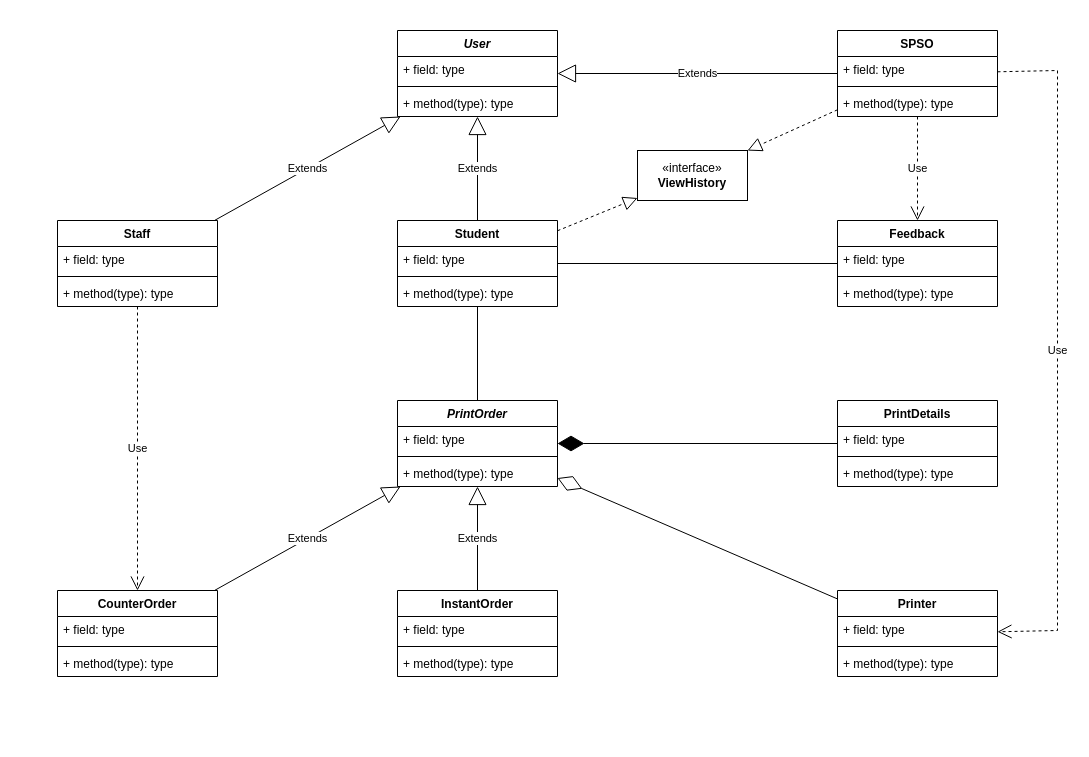
Earlier version of the draw.io diagram printing-module-class-diagram.drawio (blueonline07/auth-demo). Source tidied: cells renumbered, new cells numbered last; positions are measured from the earlier drawing's top-left corner, leaving out a move shared by most shapes. Both pictures are drawn from the tidied source at 100%, with x=0, y=0 at pixel (57, 30).
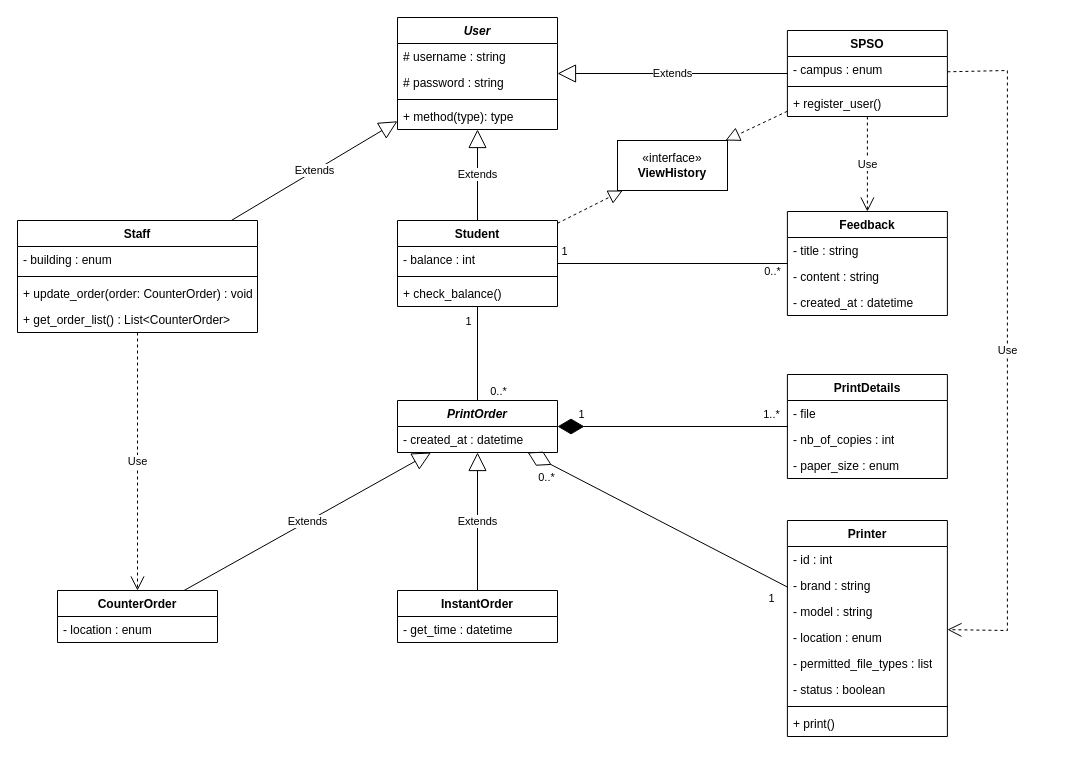
The same page after the edit.

Unchanged cells that the change refers to:
```xml
<mxCell id="10" value="Student" style="swimlane;fontStyle=1;align=center;verticalAlign=top;horizontal=1;startSize=26;whiteSpace=wrap;html=1;" parent="1" vertex="1">
  <mxGeometry x="340" y="190" width="160" height="86" as="geometry" />
</mxCell>
<mxCell id="39" style="endArrow=diamondThin;endFill=0;endSize=24;html=1;rounded=0;" parent="1" edge="1" source="26" target="14">
  <mxGeometry relative="1" as="geometry" />
</mxCell>
<mxCell id="40" style="endArrow=diamondThin;endFill=1;endSize=24;html=1;rounded=0;" parent="1" edge="1" source="30" target="14">
  <mxGeometry relative="1" as="geometry" />
</mxCell>
<mxCell id="41" style="endArrow=none;html=1;edgeStyle=orthogonalEdgeStyle;rounded=0;" parent="1" edge="1" source="10" target="14">
  <mxGeometry relative="1" as="geometry" />
</mxCell>
<mxCell id="51" style="endArrow=none;html=1;rounded=0;" parent="1" edge="1" source="10" target="47">
  <mxGeometry relative="1" as="geometry" />
</mxCell>
```

Diff of the diagram source:
```diff
@@
     <mxCell id="2" value="&lt;i&gt;User&lt;/i&gt;" style="swimlane;fontStyle=1;align=center;verticalAlign=top;horizontal=1;startSize=26;whiteSpace=wrap;html=1;" parent="1" vertex="1">
-      <mxGeometry x="340" width="160" height="86" as="geometry" />
+      <mxGeometry x="340" y="-13" width="160" height="112" as="geometry" />
     </mxCell>
-    <mxCell id="3" value="+ field: type" style="text;strokeColor=none;fillColor=none;align=left;verticalAlign=top;spacingLeft=4;spacingRight=4;overflow=hidden;whiteSpace=wrap;html=1;" parent="2" vertex="1">
+    <mxCell id="3" value="# username : string" style="text;strokeColor=none;fillColor=none;align=left;verticalAlign=top;spacingLeft=4;spacingRight=4;overflow=hidden;whiteSpace=wrap;html=1;" parent="2" vertex="1">
       <mxGeometry y="26" width="160" height="26" as="geometry" />
     </mxCell>
+    <mxCell id="57" value="# password : string" style="text;strokeColor=none;fillColor=none;align=left;verticalAlign=top;spacingLeft=4;spacingRight=4;overflow=hidden;whiteSpace=wrap;html=1;" parent="2" vertex="1">
+      <mxGeometry y="52" width="160" height="26" as="geometry" />
+    </mxCell>
     <mxCell id="4" style="line;strokeWidth=1;fillColor=none;align=left;verticalAlign=middle;spacingTop=-1;spacingLeft=3;spacingRight=3;labelPosition=right;strokeColor=inherit;" parent="2" vertex="1">
-      <mxGeometry y="52" width="160" height="8" as="geometry" />
+      <mxGeometry y="78" width="160" height="8" as="geometry" />
     </mxCell>
     <mxCell id="5" value="+ method(type): type" style="text;strokeColor=none;fillColor=none;align=left;verticalAlign=top;spacingLeft=4;spacingRight=4;overflow=hidden;whiteSpace=wrap;html=1;" parent="2" vertex="1">
-      <mxGeometry y="60" width="160" height="26" as="geometry" />
+      <mxGeometry y="86" width="160" height="26" as="geometry" />
     </mxCell>
     <mxCell id="6" value="Staff" style="swimlane;fontStyle=1;align=center;verticalAlign=top;horizontal=1;startSize=26;whiteSpace=wrap;html=1;" parent="1" vertex="1">
-      <mxGeometry y="190" width="160" height="86" as="geometry" />
+      <mxGeometry x="-40" y="190" width="240" height="112" as="geometry" />
     </mxCell>
-    <mxCell id="7" value="+ field: type" style="text;strokeColor=none;fillColor=none;align=left;verticalAlign=top;spacingLeft=4;spacingRight=4;overflow=hidden;whiteSpace=wrap;html=1;" parent="6" vertex="1">
-      <mxGeometry y="26" width="160" height="26" as="geometry" />
+    <mxCell id="7" value="- building : enum" style="text;strokeColor=none;fillColor=none;align=left;verticalAlign=top;spacingLeft=4;spacingRight=4;overflow=hidden;whiteSpace=wrap;html=1;" parent="6" vertex="1">
+      <mxGeometry y="26" width="240" height="26" as="geometry" />
     </mxCell>
     <mxCell id="8" style="line;strokeWidth=1;fillColor=none;align=left;verticalAlign=middle;spacingTop=-1;spacingLeft=3;spacingRight=3;labelPosition=right;strokeColor=inherit;" parent="6" vertex="1">
-      <mxGeometry y="52" width="160" height="8" as="geometry" />
+      <mxGeometry y="52" width="240" height="8" as="geometry" />
     </mxCell>
-    <mxCell id="9" value="+ method(type): type" style="text;strokeColor=none;fillColor=none;align=left;verticalAlign=top;spacingLeft=4;spacingRight=4;overflow=hidden;whiteSpace=wrap;html=1;" parent="6" vertex="1">
-      <mxGeometry y="60" width="160" height="26" as="geometry" />
+    <mxCell id="9" value="+ update_order(order: CounterOrder) : void" style="text;strokeColor=none;fillColor=none;align=left;verticalAlign=top;spacingLeft=4;spacingRight=4;overflow=hidden;whiteSpace=wrap;html=1;" parent="6" vertex="1">
+      <mxGeometry y="60" width="240" height="26" as="geometry" />
     </mxCell>
+    <mxCell id="58" value="+ get_order_list() : List&amp;lt;CounterOrder&amp;gt;" style="text;strokeColor=none;fillColor=none;align=left;verticalAlign=top;spacingLeft=4;spacingRight=4;overflow=hidden;whiteSpace=wrap;html=1;" parent="6" vertex="1">
+      <mxGeometry y="86" width="240" height="26" as="geometry" />
+    </mxCell>
@@
-    <mxCell id="11" value="+ field: type" style="text;strokeColor=none;fillColor=none;align=left;verticalAlign=top;spacingLeft=4;spacingRight=4;overflow=hidden;whiteSpace=wrap;html=1;" parent="10" vertex="1">
+    <mxCell id="11" value="- balance : int" style="text;strokeColor=none;fillColor=none;align=left;verticalAlign=top;spacingLeft=4;spacingRight=4;overflow=hidden;whiteSpace=wrap;html=1;" parent="10" vertex="1">
       <mxGeometry y="26" width="160" height="26" as="geometry" />
     </mxCell>
@@
-    <mxCell id="13" value="+ method(type): type" style="text;strokeColor=none;fillColor=none;align=left;verticalAlign=top;spacingLeft=4;spacingRight=4;overflow=hidden;whiteSpace=wrap;html=1;" parent="10" vertex="1">
+    <mxCell id="13" value="+ check_balance()" style="text;strokeColor=none;fillColor=none;align=left;verticalAlign=top;spacingLeft=4;spacingRight=4;overflow=hidden;whiteSpace=wrap;html=1;" parent="10" vertex="1">
       <mxGeometry y="60" width="160" height="26" as="geometry" />
     </mxCell>
     <mxCell id="14" value="&lt;i&gt;PrintOrder&lt;/i&gt;" style="swimlane;fontStyle=1;align=center;verticalAlign=top;horizontal=1;startSize=26;whiteSpace=wrap;html=1;" parent="1" vertex="1">
-      <mxGeometry x="340" y="370" width="160" height="86" as="geometry" />
+      <mxGeometry x="340" y="370" width="160" height="52" as="geometry" />
     </mxCell>
-    <mxCell id="15" value="+ field: type" style="text;strokeColor=none;fillColor=none;align=left;verticalAlign=top;spacingLeft=4;spacingRight=4;overflow=hidden;whiteSpace=wrap;html=1;" parent="14" vertex="1">
+    <mxCell id="15" value="- created_at : datetime" style="text;strokeColor=none;fillColor=none;align=left;verticalAlign=top;spacingLeft=4;spacingRight=4;overflow=hidden;whiteSpace=wrap;html=1;" parent="14" vertex="1">
       <mxGeometry y="26" width="160" height="26" as="geometry" />
     </mxCell>
-    <mxCell id="16" style="line;strokeWidth=1;fillColor=none;align=left;verticalAlign=middle;spacingTop=-1;spacingLeft=3;spacingRight=3;labelPosition=right;strokeColor=inherit;" parent="14" vertex="1">
-      <mxGeometry y="52" width="160" height="8" as="geometry" />
-    </mxCell>
-    <mxCell id="17" value="+ method(type): type" style="text;strokeColor=none;fillColor=none;align=left;verticalAlign=top;spacingLeft=4;spacingRight=4;overflow=hidden;whiteSpace=wrap;html=1;" parent="14" vertex="1">
-      <mxGeometry y="60" width="160" height="26" as="geometry" />
-    </mxCell>
     <mxCell id="18" value="CounterOrder" style="swimlane;fontStyle=1;align=center;verticalAlign=top;horizontal=1;startSize=26;whiteSpace=wrap;html=1;" parent="1" vertex="1">
-      <mxGeometry y="560" width="160" height="86" as="geometry" />
+      <mxGeometry y="560" width="160" height="52" as="geometry" />
     </mxCell>
-    <mxCell id="19" value="+ field: type" style="text;strokeColor=none;fillColor=none;align=left;verticalAlign=top;spacingLeft=4;spacingRight=4;overflow=hidden;whiteSpace=wrap;html=1;" parent="18" vertex="1">
+    <mxCell id="19" value="- location : enum" style="text;strokeColor=none;fillColor=none;align=left;verticalAlign=top;spacingLeft=4;spacingRight=4;overflow=hidden;whiteSpace=wrap;html=1;" parent="18" vertex="1">
       <mxGeometry y="26" width="160" height="26" as="geometry" />
     </mxCell>
-    <mxCell id="20" style="line;strokeWidth=1;fillColor=none;align=left;verticalAlign=middle;spacingTop=-1;spacingLeft=3;spacingRight=3;labelPosition=right;strokeColor=inherit;" parent="18" vertex="1">
-      <mxGeometry y="52" width="160" height="8" as="geometry" />
-    </mxCell>
-    <mxCell id="21" value="+ method(type): type" style="text;strokeColor=none;fillColor=none;align=left;verticalAlign=top;spacingLeft=4;spacingRight=4;overflow=hidden;whiteSpace=wrap;html=1;" parent="18" vertex="1">
-      <mxGeometry y="60" width="160" height="26" as="geometry" />
-    </mxCell>
     <mxCell id="22" value="InstantOrder" style="swimlane;fontStyle=1;align=center;verticalAlign=top;horizontal=1;startSize=26;whiteSpace=wrap;html=1;" parent="1" vertex="1">
-      <mxGeometry x="340" y="560" width="160" height="86" as="geometry" />
+      <mxGeometry x="340" y="560" width="160" height="52" as="geometry" />
     </mxCell>
-    <mxCell id="23" value="+ field: type" style="text;strokeColor=none;fillColor=none;align=left;verticalAlign=top;spacingLeft=4;spacingRight=4;overflow=hidden;whiteSpace=wrap;html=1;" parent="22" vertex="1">
+    <mxCell id="23" value="- get_time : datetime" style="text;strokeColor=none;fillColor=none;align=left;verticalAlign=top;spacingLeft=4;spacingRight=4;overflow=hidden;whiteSpace=wrap;html=1;" parent="22" vertex="1">
       <mxGeometry y="26" width="160" height="26" as="geometry" />
     </mxCell>
-    <mxCell id="24" style="line;strokeWidth=1;fillColor=none;align=left;verticalAlign=middle;spacingTop=-1;spacingLeft=3;spacingRight=3;labelPosition=right;strokeColor=inherit;" parent="22" vertex="1">
-      <mxGeometry y="52" width="160" height="8" as="geometry" />
-    </mxCell>
-    <mxCell id="25" value="+ method(type): type" style="text;strokeColor=none;fillColor=none;align=left;verticalAlign=top;spacingLeft=4;spacingRight=4;overflow=hidden;whiteSpace=wrap;html=1;" parent="22" vertex="1">
-      <mxGeometry y="60" width="160" height="26" as="geometry" />
-    </mxCell>
     <mxCell id="26" value="Printer" style="swimlane;fontStyle=1;align=center;verticalAlign=top;horizontal=1;startSize=26;whiteSpace=wrap;html=1;" parent="1" vertex="1">
-      <mxGeometry x="780" y="560" width="160" height="86" as="geometry" />
+      <mxGeometry x="729.9" y="490" width="160" height="216" as="geometry" />
     </mxCell>
-    <mxCell id="27" value="+ field: type" style="text;strokeColor=none;fillColor=none;align=left;verticalAlign=top;spacingLeft=4;spacingRight=4;overflow=hidden;whiteSpace=wrap;html=1;" parent="26" vertex="1">
+    <mxCell id="27" value="- id : int" style="text;strokeColor=none;fillColor=none;align=left;verticalAlign=top;spacingLeft=4;spacingRight=4;overflow=hidden;whiteSpace=wrap;html=1;" parent="26" vertex="1">
       <mxGeometry y="26" width="160" height="26" as="geometry" />
     </mxCell>
+    <mxCell id="59" value="- brand : string" style="text;strokeColor=none;fillColor=none;align=left;verticalAlign=top;spacingLeft=4;spacingRight=4;overflow=hidden;whiteSpace=wrap;html=1;" parent="26" vertex="1">
+      <mxGeometry y="52" width="160" height="26" as="geometry" />
+    </mxCell>
+    <mxCell id="60" value="- model : string" style="text;strokeColor=none;fillColor=none;align=left;verticalAlign=top;spacingLeft=4;spacingRight=4;overflow=hidden;whiteSpace=wrap;html=1;" parent="26" vertex="1">
+      <mxGeometry y="78" width="160" height="26" as="geometry" />
+    </mxCell>
+    <mxCell id="61" value="- location : enum" style="text;strokeColor=none;fillColor=none;align=left;verticalAlign=top;spacingLeft=4;spacingRight=4;overflow=hidden;whiteSpace=wrap;html=1;" parent="26" vertex="1">
+      <mxGeometry y="104" width="160" height="26" as="geometry" />
+    </mxCell>
+    <mxCell id="62" value="- permitted_file_types : list" style="text;strokeColor=none;fillColor=none;align=left;verticalAlign=top;spacingLeft=4;spacingRight=4;overflow=hidden;whiteSpace=wrap;html=1;" parent="26" vertex="1">
+      <mxGeometry y="130" width="160" height="26" as="geometry" />
+    </mxCell>
+    <mxCell id="63" value="- status : boolean" style="text;strokeColor=none;fillColor=none;align=left;verticalAlign=top;spacingLeft=4;spacingRight=4;overflow=hidden;whiteSpace=wrap;html=1;" parent="26" vertex="1">
+      <mxGeometry y="156" width="160" height="26" as="geometry" />
+    </mxCell>
     <mxCell id="28" style="line;strokeWidth=1;fillColor=none;align=left;verticalAlign=middle;spacingTop=-1;spacingLeft=3;spacingRight=3;labelPosition=right;strokeColor=inherit;" parent="26" vertex="1">
-      <mxGeometry y="52" width="160" height="8" as="geometry" />
+      <mxGeometry y="182" width="160" height="8" as="geometry" />
     </mxCell>
-    <mxCell id="29" value="+ method(type): type" style="text;strokeColor=none;fillColor=none;align=left;verticalAlign=top;spacingLeft=4;spacingRight=4;overflow=hidden;whiteSpace=wrap;html=1;" parent="26" vertex="1">
-      <mxGeometry y="60" width="160" height="26" as="geometry" />
+    <mxCell id="29" value="+ print()" style="text;strokeColor=none;fillColor=none;align=left;verticalAlign=top;spacingLeft=4;spacingRight=4;overflow=hidden;whiteSpace=wrap;html=1;" parent="26" vertex="1">
+      <mxGeometry y="190" width="160" height="26" as="geometry" />
     </mxCell>
     <mxCell id="30" value="PrintDetails" style="swimlane;fontStyle=1;align=center;verticalAlign=top;horizontal=1;startSize=26;whiteSpace=wrap;html=1;" parent="1" vertex="1">
-      <mxGeometry x="780" y="370" width="160" height="86" as="geometry" />
+      <mxGeometry x="729.9" y="344" width="160" height="104" as="geometry" />
     </mxCell>
+    <mxCell id="64" value="- file" style="text;strokeColor=none;fillColor=none;align=left;verticalAlign=top;spacingLeft=4;spacingRight=4;overflow=hidden;whiteSpace=wrap;html=1;" parent="30" vertex="1">
+      <mxGeometry y="26" width="160" height="26" as="geometry" />
+    </mxCell>
-    <mxCell id="31" value="+ field: type" style="text;strokeColor=none;fillColor=none;align=left;verticalAlign=top;spacingLeft=4;spacingRight=4;overflow=hidden;whiteSpace=wrap;html=1;" parent="30" vertex="1">
-      <mxGeometry y="26" width="160" height="26" as="geometry" />
+    <mxCell id="31" value="- nb_of_copies : int" style="text;strokeColor=none;fillColor=none;align=left;verticalAlign=top;spacingLeft=4;spacingRight=4;overflow=hidden;whiteSpace=wrap;html=1;" parent="30" vertex="1">
+      <mxGeometry y="52" width="160" height="26" as="geometry" />
     </mxCell>
-    <mxCell id="32" style="line;strokeWidth=1;fillColor=none;align=left;verticalAlign=middle;spacingTop=-1;spacingLeft=3;spacingRight=3;labelPosition=right;strokeColor=inherit;" parent="30" vertex="1">
-      <mxGeometry y="52" width="160" height="8" as="geometry" />
-    </mxCell>
-    <mxCell id="33" value="+ method(type): type" style="text;strokeColor=none;fillColor=none;align=left;verticalAlign=top;spacingLeft=4;spacingRight=4;overflow=hidden;whiteSpace=wrap;html=1;" parent="30" vertex="1">
-      <mxGeometry y="60" width="160" height="26" as="geometry" />
-    </mxCell>
+    <mxCell id="65" value="- paper_size : enum" style="text;strokeColor=none;fillColor=none;align=left;verticalAlign=top;spacingLeft=4;spacingRight=4;overflow=hidden;whiteSpace=wrap;html=1;" parent="30" vertex="1">
+      <mxGeometry y="78" width="160" height="26" as="geometry" />
+    </mxCell>
@@
+    <mxCell id="66" value="0..*" style="edgeLabel;html=1;align=center;verticalAlign=middle;" parent="39" vertex="1">
+      <mxGeometry x="0.77" y="2" relative="1" as="geometry">
+        <mxPoint x="-11" y="7" as="offset" />
+      </mxGeometry>
+    </mxCell>
+    <mxCell id="67" value="1" style="edgeLabel;html=1;align=center;verticalAlign=middle;" parent="39" vertex="1">
+      <mxGeometry x="-0.88" y="1" relative="1" as="geometry">
+        <mxPoint y="18" as="offset" />
+      </mxGeometry>
+    </mxCell>
@@
+    <mxCell id="68" value="1" style="edgeLabel;html=1;align=center;verticalAlign=middle;" parent="40" vertex="1">
+      <mxGeometry x="0.73" relative="1" as="geometry">
+        <mxPoint x="-7" y="-13" as="offset" />
+      </mxGeometry>
+    </mxCell>
+    <mxCell id="69" value="1..*" style="edgeLabel;html=1;align=center;verticalAlign=middle;" parent="40" vertex="1">
+      <mxGeometry x="-0.86" y="3" relative="1" as="geometry">
+        <mxPoint y="-16" as="offset" />
+      </mxGeometry>
+    </mxCell>
@@
+    <mxCell id="70" value="1" style="edgeLabel;html=1;align=center;verticalAlign=middle;" parent="41" vertex="1">
+      <mxGeometry x="-0.7" y="2" relative="1" as="geometry">
+        <mxPoint x="-12" as="offset" />
+      </mxGeometry>
+    </mxCell>
+    <mxCell id="71" value="0..*" style="edgeLabel;html=1;align=center;verticalAlign=middle;" parent="41" vertex="1">
+      <mxGeometry x="0.64" y="2" relative="1" as="geometry">
+        <mxPoint x="18" y="7" as="offset" />
+      </mxGeometry>
+    </mxCell>
     <mxCell id="42" value="SPSO" style="swimlane;fontStyle=1;align=center;verticalAlign=top;horizontal=1;startSize=26;whiteSpace=wrap;html=1;" parent="1" vertex="1">
-      <mxGeometry x="780" width="160" height="86" as="geometry" />
+      <mxGeometry x="729.9" width="160" height="86" as="geometry" />
     </mxCell>
-    <mxCell id="43" value="+ field: type" style="text;strokeColor=none;fillColor=none;align=left;verticalAlign=top;spacingLeft=4;spacingRight=4;overflow=hidden;whiteSpace=wrap;html=1;" parent="42" vertex="1">
+    <mxCell id="43" value="- campus : enum" style="text;strokeColor=none;fillColor=none;align=left;verticalAlign=top;spacingLeft=4;spacingRight=4;overflow=hidden;whiteSpace=wrap;html=1;" parent="42" vertex="1">
       <mxGeometry y="26" width="160" height="26" as="geometry" />
     </mxCell>
@@
-    <mxCell id="45" value="+ method(type): type" style="text;strokeColor=none;fillColor=none;align=left;verticalAlign=top;spacingLeft=4;spacingRight=4;overflow=hidden;whiteSpace=wrap;html=1;" parent="42" vertex="1">
+    <mxCell id="45" value="+ register_user()" style="text;strokeColor=none;fillColor=none;align=left;verticalAlign=top;spacingLeft=4;spacingRight=4;overflow=hidden;whiteSpace=wrap;html=1;" parent="42" vertex="1">
       <mxGeometry y="60" width="160" height="26" as="geometry" />
     </mxCell>
@@
     <mxCell id="47" value="Feedback" style="swimlane;fontStyle=1;align=center;verticalAlign=top;horizontal=1;startSize=26;whiteSpace=wrap;html=1;" parent="1" vertex="1">
-      <mxGeometry x="780" y="190" width="160" height="86" as="geometry" />
+      <mxGeometry x="729.9" y="181" width="160" height="104" as="geometry" />
     </mxCell>
-    <mxCell id="48" value="+ field: type" style="text;strokeColor=none;fillColor=none;align=left;verticalAlign=top;spacingLeft=4;spacingRight=4;overflow=hidden;whiteSpace=wrap;html=1;" parent="47" vertex="1">
+    <mxCell id="48" value="- title : string" style="text;strokeColor=none;fillColor=none;align=left;verticalAlign=top;spacingLeft=4;spacingRight=4;overflow=hidden;whiteSpace=wrap;html=1;" parent="47" vertex="1">
       <mxGeometry y="26" width="160" height="26" as="geometry" />
     </mxCell>
-    <mxCell id="49" style="line;strokeWidth=1;fillColor=none;align=left;verticalAlign=middle;spacingTop=-1;spacingLeft=3;spacingRight=3;labelPosition=right;strokeColor=inherit;" parent="47" vertex="1">
-      <mxGeometry y="52" width="160" height="8" as="geometry" />
-    </mxCell>
-    <mxCell id="50" value="+ method(type): type" style="text;strokeColor=none;fillColor=none;align=left;verticalAlign=top;spacingLeft=4;spacingRight=4;overflow=hidden;whiteSpace=wrap;html=1;" parent="47" vertex="1">
-      <mxGeometry y="60" width="160" height="26" as="geometry" />
-    </mxCell>
+    <mxCell id="72" value="- content : string" style="text;strokeColor=none;fillColor=none;align=left;verticalAlign=top;spacingLeft=4;spacingRight=4;overflow=hidden;whiteSpace=wrap;html=1;" parent="47" vertex="1">
+      <mxGeometry y="52" width="160" height="26" as="geometry" />
+    </mxCell>
+    <mxCell id="73" value="- created_at : datetime" style="text;strokeColor=none;fillColor=none;align=left;verticalAlign=top;spacingLeft=4;spacingRight=4;overflow=hidden;whiteSpace=wrap;html=1;" parent="47" vertex="1">
+      <mxGeometry y="78" width="160" height="26" as="geometry" />
+    </mxCell>
@@
+    <mxCell id="74" value="1" style="edgeLabel;html=1;align=center;verticalAlign=middle;" parent="51" vertex="1">
+      <mxGeometry x="-0.86" y="-3" relative="1" as="geometry">
+        <mxPoint x="-10" y="-16" as="offset" />
+      </mxGeometry>
+    </mxCell>
+    <mxCell id="75" value="0..*" style="edgeLabel;html=1;align=center;verticalAlign=middle;" parent="51" vertex="1">
+      <mxGeometry x="0.81" y="-1" relative="1" as="geometry">
+        <mxPoint x="6" y="6" as="offset" />
+      </mxGeometry>
+    </mxCell>
@@
     <mxCell id="53" value="Use" style="endArrow=open;endSize=12;dashed=1;html=1;rounded=0;" parent="1" edge="1" source="42" target="26">
       <mxGeometry relative="1" as="geometry">
         <Array as="points">
-          <mxPoint x="1000" y="40" />
-          <mxPoint x="1000" y="600" />
+          <mxPoint x="949.9" y="40" />
+          <mxPoint x="949.9" y="600" />
         </Array>
       </mxGeometry>
     </mxCell>
     <mxCell id="54" value="«interface»&lt;br&gt;&lt;b&gt;ViewHistory&lt;/b&gt;" style="html=1;whiteSpace=wrap;" parent="1" vertex="1">
-      <mxGeometry x="580" y="120" width="110" height="50" as="geometry" />
+      <mxGeometry x="560" y="110" width="110" height="50" as="geometry" />
     </mxCell>
```
